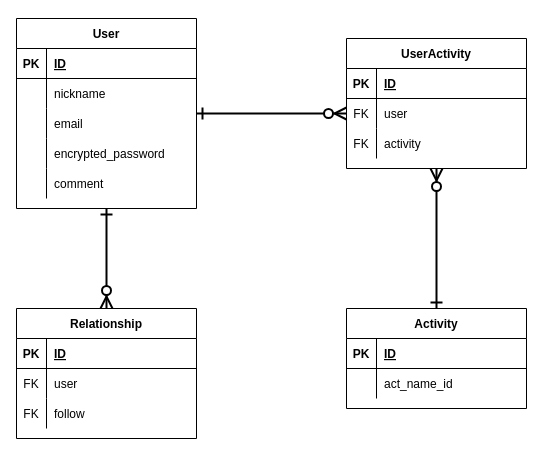
Above: er_image.dio in mizupi/e_action_app (draw.io), before the change. Source tidied: cells renumbered, new cells numbered last; positions are measured from the earlier drawing's top-left corner, leaving out a move shared by most shapes. Both pictures are drawn from the tidied source at 100%, with x=0, y=0 at pixel (16, 18).
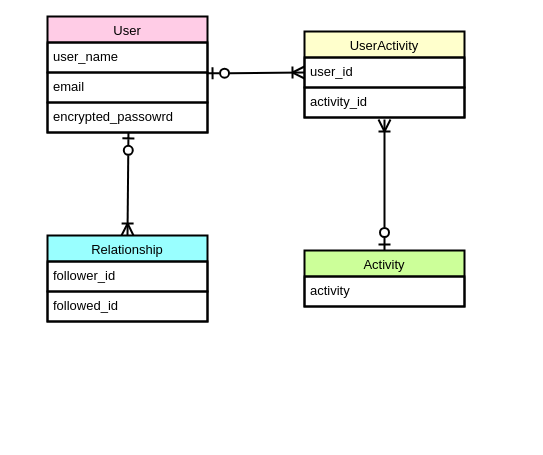
The same page after the edit.

Commit message (it also covers changes not shown here):
画面遷移図とER図の作成

What changed in the source:
```diff
@@
-    <mxCell id="2" value="User" style="shape=table;startSize=30;childLayout=tableLayout;rowLines=0;fontStyle=1;align=center;" parent="1" vertex="1">
-      <mxGeometry width="180" height="190" as="geometry" />
-    </mxCell>
-    <mxCell id="3" style="shape=partialRectangle;fillColor=none;top=0;left=0;bottom=1;right=0;" parent="2" vertex="1">
-      <mxGeometry y="30" width="180" height="30" as="geometry" />
-    </mxCell>
-    <mxCell id="4" value="PK" style="shape=partialRectangle;fillColor=none;top=0;left=0;bottom=0;right=0;fontStyle=1;overflow=hidden;" parent="3" vertex="1">
-      <mxGeometry width="30" height="30" as="geometry" />
-    </mxCell>
-    <mxCell id="5" value="ID" style="shape=partialRectangle;fillColor=none;top=0;left=0;bottom=0;right=0;align=left;spacingLeft=6;fontStyle=5;overflow=hidden;" parent="3" vertex="1">
-      <mxGeometry x="30" width="150" height="30" as="geometry" />
-    </mxCell>
-    <mxCell id="6" style="shape=partialRectangle;fillColor=none;top=0;left=0;bottom=0;right=0;" parent="2" vertex="1">
-      <mxGeometry y="60" width="180" height="30" as="geometry" />
-    </mxCell>
-    <mxCell id="7" style="shape=partialRectangle;fillColor=none;top=0;left=0;bottom=0;right=0;overflow=hidden;" parent="6" vertex="1">
-      <mxGeometry width="30" height="30" as="geometry" />
-    </mxCell>
-    <mxCell id="8" value="nickname" style="shape=partialRectangle;fillColor=none;top=0;left=0;bottom=0;right=0;align=left;spacingLeft=6;overflow=hidden;" parent="6" vertex="1">
-      <mxGeometry x="30" width="150" height="30" as="geometry" />
-    </mxCell>
-    <mxCell id="9" style="shape=partialRectangle;fillColor=none;top=0;left=0;bottom=0;right=0;" parent="2" vertex="1">
-      <mxGeometry y="90" width="180" height="30" as="geometry" />
-    </mxCell>
-    <mxCell id="10" style="shape=partialRectangle;fillColor=none;top=0;left=0;bottom=0;right=0;overflow=hidden;" parent="9" vertex="1">
-      <mxGeometry width="30" height="30" as="geometry" />
-    </mxCell>
+    <mxCell id="47" value="User" style="swimlane;fontStyle=0;horizontal=1;startSize=26;align=center;fontSize=13;swimlaneFillColor=#FFFFFF;fillColor=#FFCCE6;fontColor=#000000;labelBackgroundColor=none;strokeColor=#000000;strokeWidth=2;" parent="1" vertex="1">
+      <mxGeometry x="31" y="-2" width="160" height="116" as="geometry" />
+    </mxCell>
+    <mxCell id="48" value="user_name" style="text;strokeColor=#000000;fillColor=none;spacingLeft=4;spacingRight=4;overflow=hidden;points=[[0,0.5],[1,0.5]];portConstraint=eastwest;fontSize=13;fontColor=#000000;labelBackgroundColor=none;strokeWidth=2;" parent="47" vertex="1">
+      <mxGeometry y="26" width="160" height="30" as="geometry" />
+    </mxCell>
-    <mxCell id="11" value="email" style="shape=partialRectangle;fillColor=none;top=0;left=0;bottom=0;right=0;align=left;spacingLeft=6;overflow=hidden;" parent="9" vertex="1">
-      <mxGeometry x="30" width="150" height="30" as="geometry" />
+    <mxCell id="11" value="email" style="text;strokeColor=#000000;fillColor=none;spacingLeft=4;spacingRight=4;overflow=hidden;fontSize=13;fontColor=#000000;labelBackgroundColor=none;strokeWidth=2;" parent="47" vertex="1">
+      <mxGeometry y="56" width="160" height="30" as="geometry" />
     </mxCell>
-    <mxCell id="12" style="shape=partialRectangle;fillColor=none;top=0;left=0;bottom=0;right=0;" parent="2" vertex="1">
-      <mxGeometry y="120" width="180" height="30" as="geometry" />
-    </mxCell>
-    <mxCell id="13" style="shape=partialRectangle;fillColor=none;top=0;left=0;bottom=0;right=0;overflow=hidden;" parent="12" vertex="1">
-      <mxGeometry width="30" height="30" as="geometry" />
-    </mxCell>
-    <mxCell id="14" value="encrypted_password" style="shape=partialRectangle;fillColor=none;top=0;left=0;bottom=0;right=0;align=left;spacingLeft=6;overflow=hidden;" parent="12" vertex="1">
-      <mxGeometry x="30" width="150" height="30" as="geometry" />
-    </mxCell>
-    <mxCell id="15" style="shape=partialRectangle;fillColor=none;top=0;left=0;bottom=0;right=0;" parent="2" vertex="1">
-      <mxGeometry y="150" width="180" height="30" as="geometry" />
-    </mxCell>
-    <mxCell id="16" style="shape=partialRectangle;fillColor=none;top=0;left=0;bottom=0;right=0;overflow=hidden;" parent="15" vertex="1">
-      <mxGeometry width="30" height="30" as="geometry" />
-    </mxCell>
-    <mxCell id="17" value="comment" style="shape=partialRectangle;fillColor=none;top=0;left=0;bottom=0;right=0;align=left;spacingLeft=6;overflow=hidden;" parent="15" vertex="1">
-      <mxGeometry x="30" width="150" height="30" as="geometry" />
-    </mxCell>
+    <mxCell id="49" value="encrypted_passowrd" style="text;strokeColor=#000000;fillColor=none;spacingLeft=4;spacingRight=4;overflow=hidden;points=[[0,0.5],[1,0.5]];portConstraint=eastwest;fontSize=13;fontColor=#000000;labelBackgroundColor=none;strokeWidth=2;" parent="47" vertex="1">
+      <mxGeometry y="86" width="160" height="30" as="geometry" />
+    </mxCell>
+    <mxCell id="35" value="UserActivity" style="swimlane;fontStyle=0;horizontal=1;startSize=26;align=center;fontSize=13;fontColor=#000000;labelBackgroundColor=none;fillColor=#FFFFCC;strokeColor=#000000;strokeWidth=2;swimlaneFillColor=#FFFFFF;" parent="1" vertex="1">
+      <mxGeometry x="288" y="13" width="160" height="86" as="geometry" />
+    </mxCell>
+    <mxCell id="50" value="user_id" style="text;strokeColor=#000000;fillColor=none;spacingLeft=4;spacingRight=4;overflow=hidden;points=[[0,0.5],[1,0.5]];portConstraint=eastwest;fontSize=13;fontColor=#000000;labelBackgroundColor=none;strokeWidth=2;" parent="35" vertex="1">
+      <mxGeometry y="26" width="160" height="30" as="geometry" />
+    </mxCell>
+    <mxCell id="51" value="activity_id" style="text;strokeColor=#000000;fillColor=none;spacingLeft=4;spacingRight=4;overflow=hidden;fontSize=13;fontColor=#000000;labelBackgroundColor=none;strokeWidth=2;" parent="35" vertex="1">
+      <mxGeometry y="56" width="160" height="30" as="geometry" />
+    </mxCell>
+    <mxCell id="25" value="Relationship" style="swimlane;fontStyle=0;horizontal=1;startSize=26;align=center;fontSize=13;fontColor=#000000;labelBackgroundColor=none;fillColor=#99FFFF;strokeColor=#000000;strokeWidth=2;swimlaneFillColor=#FFFFFF;" parent="1" vertex="1">
+      <mxGeometry x="31" y="217" width="160" height="86" as="geometry" />
+    </mxCell>
+    <mxCell id="52" value="follower_id" style="text;strokeColor=#000000;fillColor=none;spacingLeft=4;spacingRight=4;overflow=hidden;fontSize=13;fontColor=#000000;labelBackgroundColor=none;strokeWidth=2;" parent="25" vertex="1">
+      <mxGeometry y="26" width="160" height="30" as="geometry" />
+    </mxCell>
+    <mxCell id="53" value="followed_id" style="text;strokeColor=#000000;fillColor=none;spacingLeft=4;spacingRight=4;overflow=hidden;fontSize=13;fontColor=#000000;labelBackgroundColor=none;strokeWidth=2;" parent="25" vertex="1">
+      <mxGeometry y="56" width="160" height="30" as="geometry" />
+    </mxCell>
-    <mxCell id="18" value="Activity" style="shape=table;startSize=30;childLayout=tableLayout;rowLines=0;fontStyle=1;align=center;" parent="1" vertex="1">
-      <mxGeometry x="330" y="290" width="180" height="100" as="geometry" />
+    <mxCell id="18" value="Activity" style="swimlane;fontStyle=0;horizontal=1;startSize=26;align=center;fontSize=13;fontColor=#000000;labelBackgroundColor=none;fillColor=#CCFF99;strokeColor=#000000;strokeWidth=2;swimlaneFillColor=#FFFFFF;" parent="1" vertex="1">
+      <mxGeometry x="288" y="232" width="160" height="56" as="geometry" />
     </mxCell>
-    <mxCell id="19" style="shape=partialRectangle;fillColor=none;top=0;left=0;bottom=1;right=0;" parent="18" vertex="1">
-      <mxGeometry y="30" width="180" height="30" as="geometry" />
-    </mxCell>
-    <mxCell id="20" value="PK" style="shape=partialRectangle;fillColor=none;top=0;left=0;bottom=0;right=0;fontStyle=1;overflow=hidden;" parent="19" vertex="1">
-      <mxGeometry width="30" height="30" as="geometry" />
-    </mxCell>
-    <mxCell id="21" value="ID" style="shape=partialRectangle;fillColor=none;top=0;left=0;bottom=0;right=0;align=left;spacingLeft=6;fontStyle=5;overflow=hidden;" parent="19" vertex="1">
-      <mxGeometry x="30" width="150" height="30" as="geometry" />
-    </mxCell>
-    <mxCell id="22" style="shape=partialRectangle;fillColor=none;top=0;left=0;bottom=0;right=0;" parent="18" vertex="1">
-      <mxGeometry y="60" width="180" height="30" as="geometry" />
-    </mxCell>
-    <mxCell id="23" style="shape=partialRectangle;fillColor=none;top=0;left=0;bottom=0;right=0;overflow=hidden;" parent="22" vertex="1">
-      <mxGeometry width="30" height="30" as="geometry" />
-    </mxCell>
-    <mxCell id="24" value="act_name_id" style="shape=partialRectangle;fillColor=none;top=0;left=0;bottom=0;right=0;align=left;spacingLeft=6;overflow=hidden;" parent="22" vertex="1">
-      <mxGeometry x="30" width="150" height="30" as="geometry" />
-    </mxCell>
-    <mxCell id="25" value="Relationship" style="shape=table;startSize=30;childLayout=tableLayout;rowLines=0;fontStyle=1;align=center;" parent="1" vertex="1">
-      <mxGeometry y="290" width="180" height="130" as="geometry" />
-    </mxCell>
-    <mxCell id="26" style="shape=partialRectangle;fillColor=none;top=0;left=0;bottom=1;right=0;" parent="25" vertex="1">
-      <mxGeometry y="30" width="180" height="30" as="geometry" />
-    </mxCell>
-    <mxCell id="27" value="PK" style="shape=partialRectangle;fillColor=none;top=0;left=0;bottom=0;right=0;fontStyle=1;overflow=hidden;" parent="26" vertex="1">
-      <mxGeometry width="30" height="30" as="geometry" />
-    </mxCell>
-    <mxCell id="28" value="ID" style="shape=partialRectangle;fillColor=none;top=0;left=0;bottom=0;right=0;align=left;spacingLeft=6;fontStyle=5;overflow=hidden;" parent="26" vertex="1">
-      <mxGeometry x="30" width="150" height="30" as="geometry" />
-    </mxCell>
-    <mxCell id="29" style="shape=partialRectangle;fillColor=none;top=0;left=0;bottom=0;right=0;" parent="25" vertex="1">
-      <mxGeometry y="60" width="180" height="30" as="geometry" />
-    </mxCell>
-    <mxCell id="30" value="FK" style="shape=partialRectangle;fillColor=none;top=0;left=0;bottom=0;right=0;overflow=hidden;" parent="29" vertex="1">
-      <mxGeometry width="30" height="30" as="geometry" />
-    </mxCell>
-    <mxCell id="31" value="user" style="shape=partialRectangle;fillColor=none;top=0;left=0;bottom=0;right=0;align=left;spacingLeft=6;overflow=hidden;" parent="29" vertex="1">
-      <mxGeometry x="30" width="150" height="30" as="geometry" />
-    </mxCell>
-    <mxCell id="32" style="shape=partialRectangle;fillColor=none;top=0;left=0;bottom=0;right=0;" parent="25" vertex="1">
-      <mxGeometry y="90" width="180" height="30" as="geometry" />
-    </mxCell>
-    <mxCell id="33" value="FK" style="shape=partialRectangle;fillColor=none;top=0;left=0;bottom=0;right=0;overflow=hidden;" parent="32" vertex="1">
-      <mxGeometry width="30" height="30" as="geometry" />
-    </mxCell>
-    <mxCell id="34" value="follow" style="shape=partialRectangle;fillColor=none;top=0;left=0;bottom=0;right=0;align=left;spacingLeft=6;overflow=hidden;" parent="32" vertex="1">
-      <mxGeometry x="30" width="150" height="30" as="geometry" />
-    </mxCell>
-    <mxCell id="35" value="UserActivity" style="shape=table;startSize=30;childLayout=tableLayout;rowLines=0;fontStyle=1;align=center;" parent="1" vertex="1">
-      <mxGeometry x="330" y="20" width="180" height="130" as="geometry" />
-    </mxCell>
-    <mxCell id="36" style="shape=partialRectangle;fillColor=none;top=0;left=0;bottom=1;right=0;" parent="35" vertex="1">
-      <mxGeometry y="30" width="180" height="30" as="geometry" />
-    </mxCell>
-    <mxCell id="37" value="PK" style="shape=partialRectangle;fillColor=none;top=0;left=0;bottom=0;right=0;fontStyle=1;overflow=hidden;" parent="36" vertex="1">
-      <mxGeometry width="30" height="30" as="geometry" />
-    </mxCell>
-    <mxCell id="38" value="ID" style="shape=partialRectangle;fillColor=none;top=0;left=0;bottom=0;right=0;align=left;spacingLeft=6;fontStyle=5;overflow=hidden;" parent="36" vertex="1">
-      <mxGeometry x="30" width="150" height="30" as="geometry" />
-    </mxCell>
-    <mxCell id="39" style="shape=partialRectangle;fillColor=none;top=0;left=0;bottom=0;right=0;points=[[0,0.5],[1,0.5]];portConstraint=eastwest;" parent="35" vertex="1">
-      <mxGeometry y="60" width="180" height="30" as="geometry" />
-    </mxCell>
-    <mxCell id="40" value="FK" style="shape=partialRectangle;fillColor=none;top=0;left=0;bottom=0;right=0;overflow=hidden;" parent="39" vertex="1">
-      <mxGeometry width="30" height="30" as="geometry" />
-    </mxCell>
-    <mxCell id="41" value="user" style="shape=partialRectangle;fillColor=none;top=0;left=0;bottom=0;right=0;align=left;spacingLeft=6;overflow=hidden;" parent="39" vertex="1">
-      <mxGeometry x="30" width="150" height="30" as="geometry" />
-    </mxCell>
-    <mxCell id="42" style="shape=partialRectangle;fillColor=none;top=0;left=0;bottom=0;right=0;" parent="35" vertex="1">
-      <mxGeometry y="90" width="180" height="30" as="geometry" />
-    </mxCell>
-    <mxCell id="43" value="FK" style="shape=partialRectangle;fillColor=none;top=0;left=0;bottom=0;right=0;overflow=hidden;" parent="42" vertex="1">
-      <mxGeometry width="30" height="30" as="geometry" />
-    </mxCell>
-    <mxCell id="44" value="activity" style="shape=partialRectangle;fillColor=none;top=0;left=0;bottom=0;right=0;align=left;spacingLeft=6;overflow=hidden;" parent="42" vertex="1">
-      <mxGeometry x="30" width="150" height="30" as="geometry" />
+    <mxCell id="44" value="activity" style="text;strokeColor=#000000;fillColor=none;spacingLeft=4;spacingRight=4;overflow=hidden;fontSize=13;fontColor=#000000;labelBackgroundColor=none;strokeWidth=2;" parent="18" vertex="1">
+      <mxGeometry y="26" width="160" height="30" as="geometry" />
     </mxCell>
-    <mxCell id="45" style="edgeStyle=entityRelationEdgeStyle;fontSize=12;html=1;endArrow=ERzeroToMany;endFill=1;entryX=0;entryY=0.5;entryDx=0;entryDy=0;strokeWidth=2;endSize=9;startSize=9;startArrow=ERone;startFill=0;" parent="1" edge="1" target="39">
-      <mxGeometry relative="1" as="geometry">
-        <mxPoint x="180" y="95" as="sourcePoint" />
-      </mxGeometry>
-    </mxCell>
-    <mxCell id="46" style="fontSize=12;html=1;endArrow=ERzeroToMany;endFill=1;strokeWidth=2;endSize=9;startSize=9;startArrow=ERone;startFill=0;exitX=0.5;exitY=0;exitDx=0;exitDy=0;entryX=0.5;entryY=1;entryDx=0;entryDy=0;" parent="1" edge="1" source="18" target="35">
-      <mxGeometry relative="1" as="geometry" />
-    </mxCell>
-    <mxCell id="47" style="fontSize=12;html=1;endArrow=ERzeroToMany;endFill=1;strokeWidth=2;endSize=9;startSize=9;startArrow=ERone;startFill=0;exitX=0.5;exitY=1;exitDx=0;exitDy=0;entryX=0.5;entryY=0;entryDx=0;entryDy=0;" parent="1" edge="1" source="2" target="25">
-      <mxGeometry relative="1" as="geometry" />
-    </mxCell>
+    <mxCell id="54" style="fontSize=13;html=1;endArrow=ERoneToMany;startArrow=ERzeroToOne;exitX=0.506;exitY=0.995;exitDx=0;exitDy=0;exitPerimeter=0;entryX=0.5;entryY=0;entryDx=0;entryDy=0;endSize=9;startSize=9;startFill=0;fontColor=#000000;labelBackgroundColor=none;strokeColor=#000000;strokeWidth=2;" parent="1" edge="1" source="49" target="25">
+      <mxGeometry relative="1" as="geometry" />
+    </mxCell>
+    <mxCell id="55" style="fontSize=13;html=1;endArrow=ERoneToMany;startArrow=ERzeroToOne;exitX=0.5;exitY=0;exitDx=0;exitDy=0;endSize=9;startSize=9;startFill=0;fontColor=#000000;labelBackgroundColor=none;strokeColor=#000000;strokeWidth=2;" parent="1" edge="1" source="18">
+      <mxGeometry relative="1" as="geometry">
+        <mxPoint x="368" y="101" as="targetPoint" />
+      </mxGeometry>
+    </mxCell>
+    <mxCell id="56" style="fontSize=13;html=1;endArrow=ERoneToMany;startArrow=ERzeroToOne;exitX=0.994;exitY=1.028;exitDx=0;exitDy=0;exitPerimeter=0;entryX=0;entryY=0.5;entryDx=0;entryDy=0;endSize=9;startSize=9;startFill=0;fontColor=#000000;labelBackgroundColor=none;strokeColor=#000000;strokeWidth=2;" parent="1" edge="1" source="48" target="50">
+      <mxGeometry relative="1" as="geometry" />
+    </mxCell>
```
